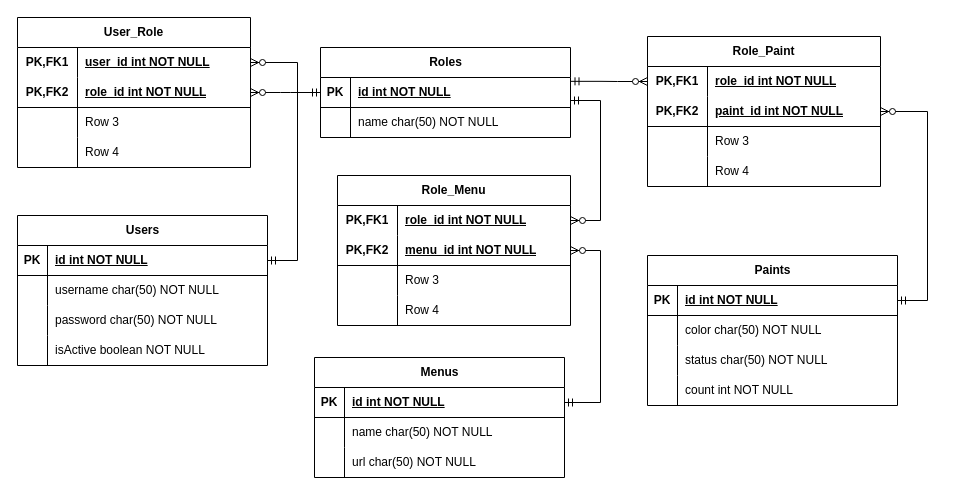
The draw.io diagram paint-kanban.drawio in gaomuziyuan/stock-status-backend, before the edit. Source tidied: cells renumbered, new cells numbered last; positions are measured from the earlier drawing's top-left corner, leaving out a move shared by most shapes. Both pictures are drawn from the tidied source at 100%, with x=0, y=0 at pixel (17, 17).
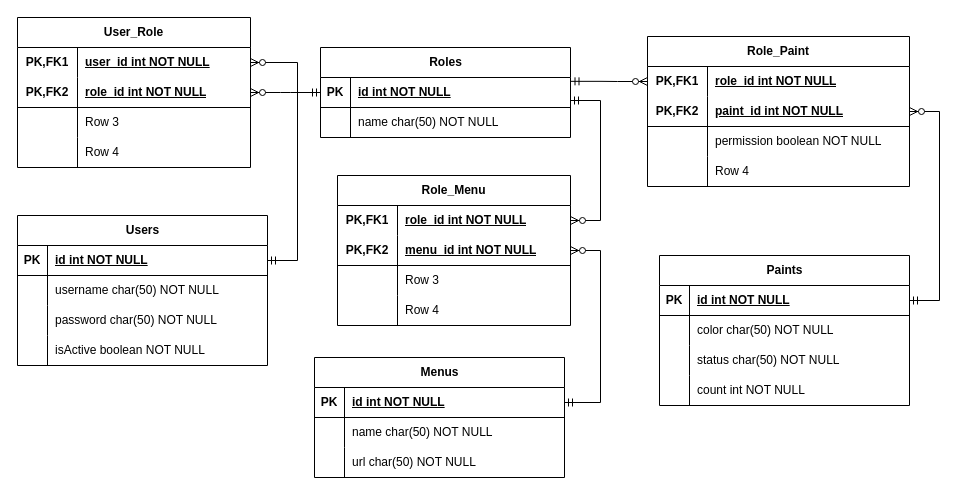
After the change.

Diff of the diagram source:
```diff
@@
     <mxCell id="62" value="Paints" style="shape=table;startSize=30;childLayout=tableLayout;rowLines=0;fontStyle=1;align=center;html=1;" parent="1" vertex="1">
-      <mxGeometry x="630" y="238" width="250" height="150" as="geometry" />
+      <mxGeometry x="642" y="238" width="250" height="150" as="geometry" />
     </mxCell>
@@
     <mxCell id="75" value="Role_Paint" style="shape=table;startSize=30;childLayout=tableLayout;rowLines=0;fontStyle=1;align=center;html=1;whiteSpace=wrap;" parent="1" vertex="1">
-      <mxGeometry x="630" y="19" width="233" height="150" as="geometry" />
+      <mxGeometry x="630" y="19" width="262" height="150" as="geometry" />
     </mxCell>
     <mxCell id="76" style="shape=tableRow;horizontal=0;startSize=0;swimlaneHead=0;swimlaneBody=0;fillColor=none;points=[[0,0.5],[1,0.5]];portConstraint=eastwest;top=0;left=0;right=0;bottom=0;html=1;" parent="75" vertex="1">
-      <mxGeometry y="30" width="233" height="30" as="geometry" />
+      <mxGeometry y="30" width="262" height="30" as="geometry" />
     </mxCell>
@@
     <mxCell id="78" value="role_id int NOT NULL" style="shape=partialRectangle;fillColor=none;top=0;left=0;bottom=0;right=0;align=left;spacingLeft=6;fontStyle=5;overflow=hidden;html=1;whiteSpace=wrap;" parent="76" vertex="1">
-      <mxGeometry x="60" width="173" height="30" as="geometry" />
+      <mxGeometry x="60" width="202" height="30" as="geometry" />
     </mxCell>
     <mxCell id="79" style="shape=tableRow;horizontal=0;startSize=0;swimlaneHead=0;swimlaneBody=0;fillColor=none;points=[[0,0.5],[1,0.5]];portConstraint=eastwest;top=0;left=0;right=0;bottom=1;html=1;" parent="75" vertex="1">
-      <mxGeometry y="60" width="233" height="30" as="geometry" />
+      <mxGeometry y="60" width="262" height="30" as="geometry" />
     </mxCell>
@@
     <mxCell id="81" value="paint_id int NOT NULL" style="shape=partialRectangle;fillColor=none;top=0;left=0;bottom=0;right=0;align=left;spacingLeft=6;fontStyle=5;overflow=hidden;html=1;whiteSpace=wrap;" parent="79" vertex="1">
-      <mxGeometry x="60" width="173" height="30" as="geometry" />
+      <mxGeometry x="60" width="202" height="30" as="geometry" />
     </mxCell>
     <mxCell id="82" style="shape=tableRow;horizontal=0;startSize=0;swimlaneHead=0;swimlaneBody=0;fillColor=none;top=0;left=0;right=0;bottom=0;html=1;" parent="75" vertex="1">
-      <mxGeometry y="90" width="233" height="30" as="geometry" />
+      <mxGeometry y="90" width="262" height="30" as="geometry" />
     </mxCell>
@@
-    <mxCell id="84" value="Row 3" style="shape=partialRectangle;fillColor=none;top=0;left=0;bottom=0;right=0;align=left;spacingLeft=6;overflow=hidden;html=1;whiteSpace=wrap;" parent="82" vertex="1">
-      <mxGeometry x="60" width="173" height="30" as="geometry" />
+    <mxCell id="84" value="permission boolean NOT NULL" style="shape=partialRectangle;fillColor=none;top=0;left=0;bottom=0;right=0;align=left;spacingLeft=6;overflow=hidden;html=1;whiteSpace=wrap;" parent="82" vertex="1">
+      <mxGeometry x="60" width="202" height="30" as="geometry" />
     </mxCell>
     <mxCell id="85" style="shape=tableRow;horizontal=0;startSize=0;swimlaneHead=0;swimlaneBody=0;fillColor=none;top=0;left=0;right=0;bottom=0;html=1;" parent="75" vertex="1">
-      <mxGeometry y="120" width="233" height="30" as="geometry" />
+      <mxGeometry y="120" width="262" height="30" as="geometry" />
     </mxCell>
@@
     <mxCell id="87" value="Row 4" style="shape=partialRectangle;fillColor=none;top=0;left=0;bottom=0;right=0;align=left;spacingLeft=6;overflow=hidden;html=1;whiteSpace=wrap;" parent="85" vertex="1">
-      <mxGeometry x="60" width="173" height="30" as="geometry" />
+      <mxGeometry x="60" width="202" height="30" as="geometry" />
     </mxCell>
```
